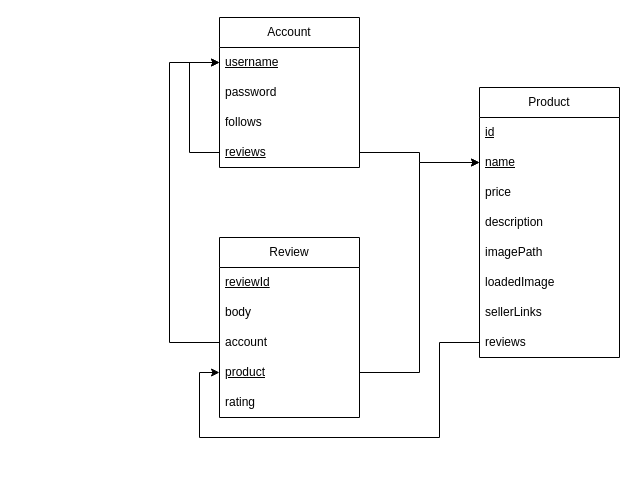
The draw.io diagram docs/Database Schema M1.drawio in TrustyUnitReview/ProductReview, before the edit. Source tidied: cells renumbered, new cells numbered last; positions are measured from the earlier drawing's top-left corner, leaving out a move shared by most shapes. Both pictures are drawn from the tidied source at 100%, with x=0, y=0 at pixel (169, 17).
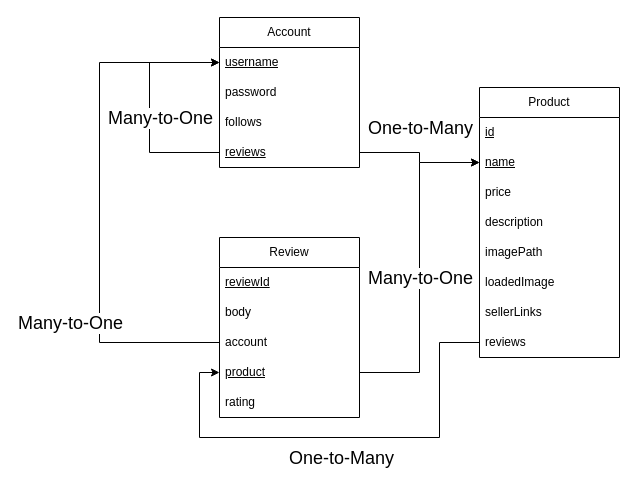
The same diagram, later.

Commit message:
Fixed Database Schema diagram

The change refers to these unchanged cells:
```xml
<mxCell id="2" value="Account" style="swimlane;fontStyle=0;horizontal=1;startSize=30;whiteSpace=wrap;html=1;" parent="1" vertex="1">
  <mxGeometry x="50" width="140" height="150" as="geometry" />
</mxCell>
<mxCell id="3" value="&lt;u&gt;username&lt;/u&gt;" style="text;strokeColor=none;fillColor=none;align=left;verticalAlign=middle;spacingLeft=4;spacingRight=4;overflow=hidden;points=[[0,0.5],[1,0.5]];portConstraint=eastwest;whiteSpace=wrap;html=1;" parent="2" vertex="1">
  <mxGeometry y="30" width="140" height="30" as="geometry" />
</mxCell>
<mxCell id="7" value="&lt;u&gt;reviews&lt;/u&gt;" style="text;strokeColor=none;fillColor=none;align=left;verticalAlign=middle;spacingLeft=4;spacingRight=4;overflow=hidden;points=[[0,0.5],[1,0.5]];portConstraint=eastwest;whiteSpace=wrap;html=1;" parent="2" vertex="1">
  <mxGeometry y="120" width="140" height="30" as="geometry" />
</mxCell>
<mxCell id="20" value="account" style="text;strokeColor=none;fillColor=none;align=left;verticalAlign=middle;spacingLeft=4;spacingRight=4;overflow=hidden;points=[[0,0.5],[1,0.5]];portConstraint=eastwest;whiteSpace=wrap;html=1;" parent="17" vertex="1">
  <mxGeometry y="90" width="140" height="30" as="geometry" />
</mxCell>
<mxCell id="26" style="edgeStyle=orthogonalEdgeStyle;rounded=0;jettySize=auto;html=1;exitX=0;exitY=0.5;exitDx=0;exitDy=0;entryX=0;entryY=0.5;entryDx=0;entryDy=0;" parent="1" edge="1" source="16" target="21">
  <mxGeometry relative="1" as="geometry">
    <Array as="points">
      <mxPoint x="270" y="325" />
      <mxPoint x="270" y="420" />
      <mxPoint x="30" y="420" />
      <mxPoint x="30" y="355" />
    </Array>
  </mxGeometry>
</mxCell>
```

Diff of the diagram source:
```diff
@@
     <mxCell id="6" style="edgeStyle=orthogonalEdgeStyle;rounded=0;jettySize=auto;html=1;exitX=0;exitY=0.5;exitDx=0;exitDy=0;entryX=0;entryY=0.5;entryDx=0;entryDy=0;" parent="2" edge="1" source="7" target="3">
       <mxGeometry relative="1" as="geometry">
         <Array as="points">
-          <mxPoint x="-30" y="135" />
-          <mxPoint x="-30" y="45" />
+          <mxPoint x="-70" y="135" />
+          <mxPoint x="-70" y="45" />
         </Array>
       </mxGeometry>
     </mxCell>
@@
     <mxCell id="23" style="edgeStyle=orthogonalEdgeStyle;rounded=0;jettySize=auto;html=1;entryX=0;entryY=0.5;entryDx=0;entryDy=0;" parent="1" edge="1" source="20" target="3">
       <mxGeometry relative="1" as="geometry">
         <Array as="points">
-          <mxPoint y="325" />
-          <mxPoint y="45" />
+          <mxPoint x="-70" y="325" />
+          <mxPoint x="-70" y="45" />
         </Array>
       </mxGeometry>
     </mxCell>
+    <mxCell id="27" value="&lt;span style=&quot;font-size: 18px;&quot;&gt;Many-to-One&lt;/span&gt;" style="edgeLabel;html=1;align=center;verticalAlign=middle;" parent="23" vertex="1">
+      <mxGeometry x="-0.35" y="-2" relative="1" as="geometry">
+        <mxPoint x="-32" y="29" as="offset" />
+      </mxGeometry>
+    </mxCell>
@@
+    <mxCell id="28" value="&lt;font style=&quot;font-size: 18px;&quot;&gt;One-to-Many&lt;/font&gt;" style="edgeLabel;html=1;align=center;verticalAlign=middle;" parent="26" vertex="1">
+      <mxGeometry x="-0.02" y="4" relative="1" as="geometry">
+        <mxPoint x="-9" y="16" as="offset" />
+      </mxGeometry>
+    </mxCell>
+    <mxCell id="29" value="&lt;span style=&quot;font-size: 18px;&quot;&gt;Many-to-One&lt;/span&gt;" style="edgeLabel;html=1;align=center;verticalAlign=middle;" parent="1" vertex="1">
+      <mxGeometry x="-10" y="100" as="geometry" />
+    </mxCell>
+    <mxCell id="30" value="&lt;font style=&quot;font-size: 18px;&quot;&gt;One-to-Many&lt;/font&gt;" style="edgeLabel;html=1;align=center;verticalAlign=middle;" parent="1" vertex="1">
+      <mxGeometry x="250" y="110" as="geometry" />
+    </mxCell>
+    <mxCell id="31" value="&lt;span style=&quot;font-size: 18px;&quot;&gt;Many-to-One&lt;/span&gt;" style="edgeLabel;html=1;align=center;verticalAlign=middle;" parent="1" vertex="1">
+      <mxGeometry x="250" y="260" as="geometry" />
+    </mxCell>
```
